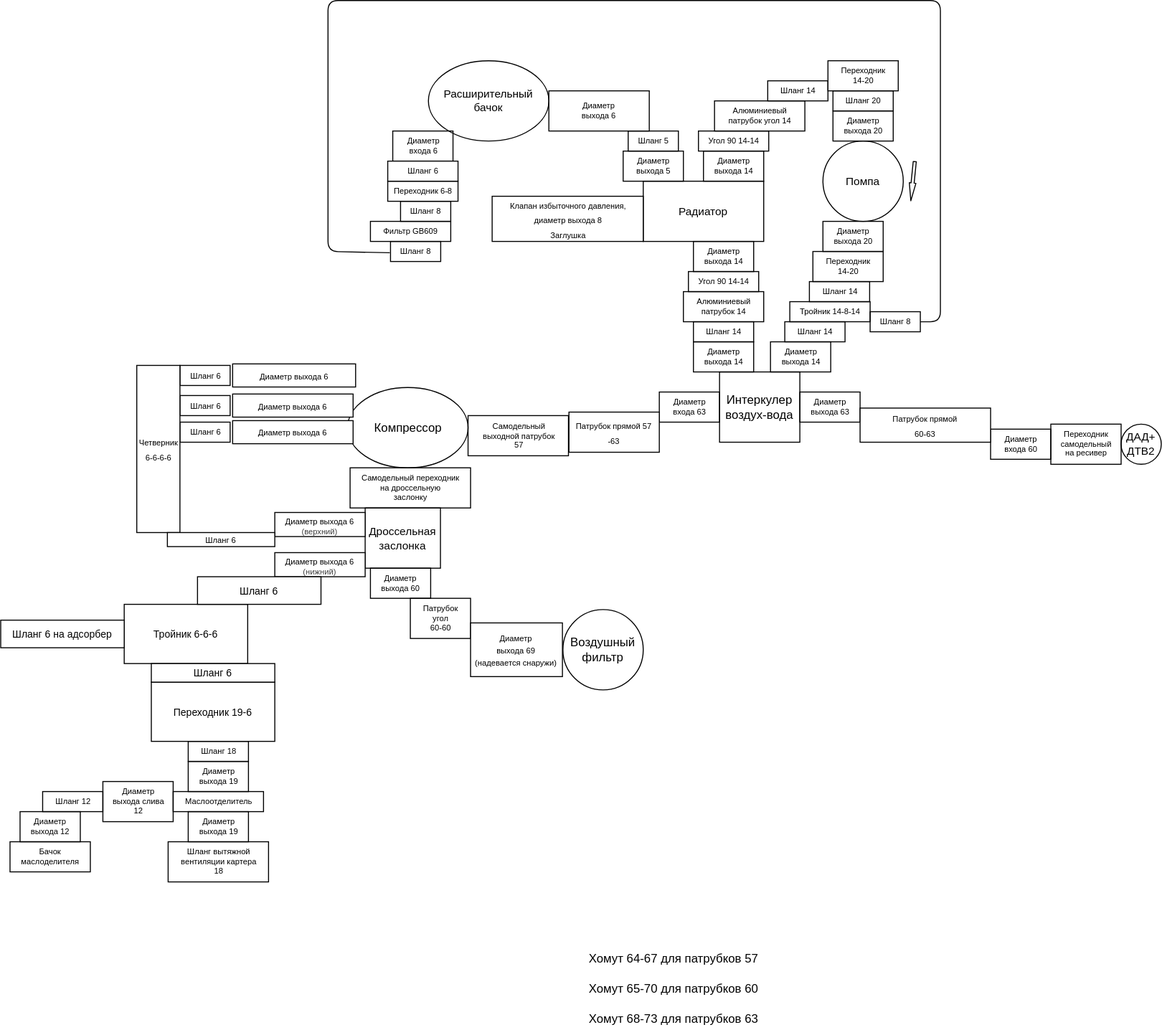
Above: pipes_scheme.drawio.svg in kak-tus/compressor (draw.io), before the change. Source tidied: cells renumbered, new cells last; positions are measured from the earlier drawing's top-left corner, leaving out a move shared by most shapes.
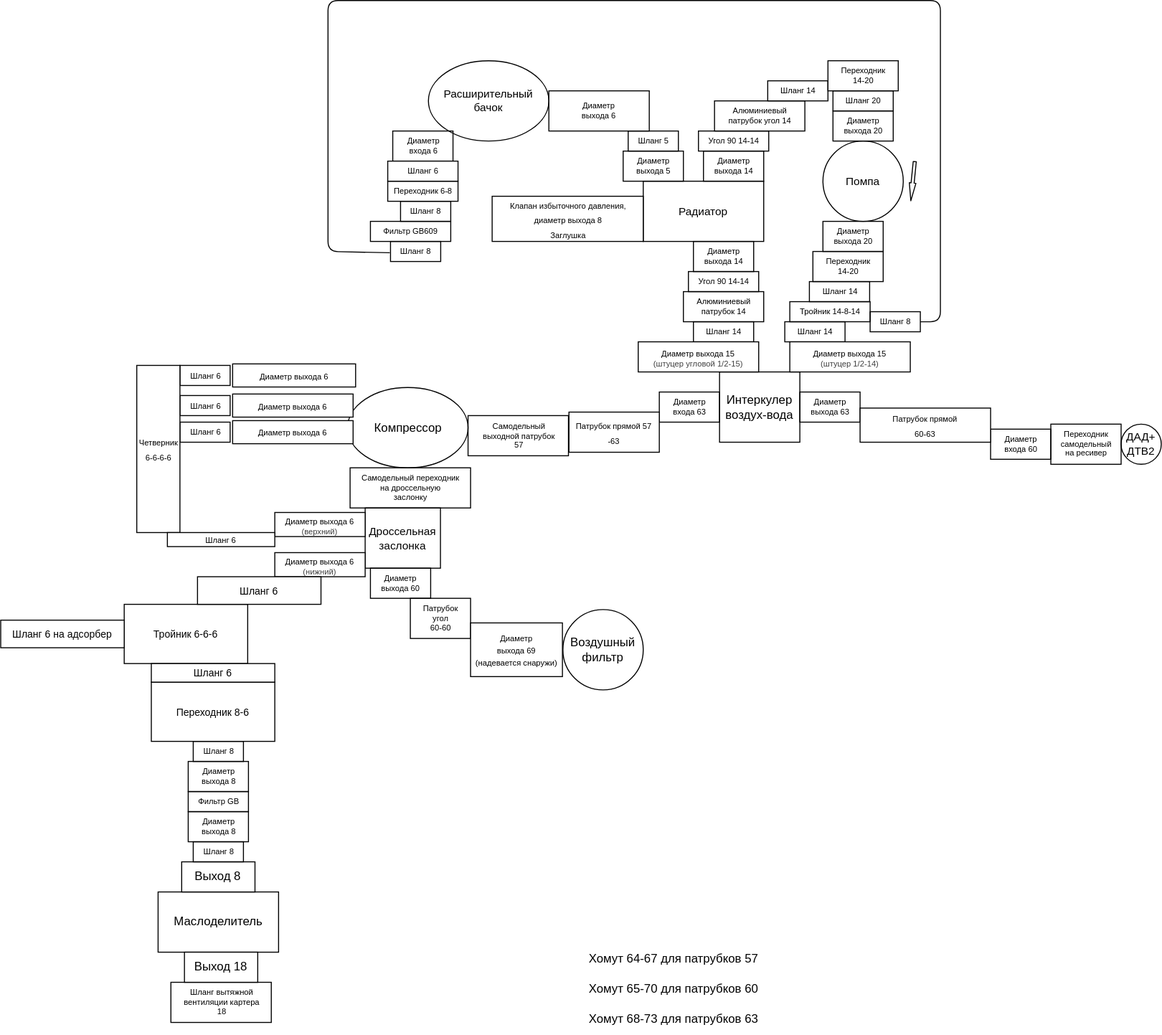
The same diagram one commit later.

Diff of the diagram source:
```diff
@@ -41,9 +41,6 @@
     <mxCell id="14" value="Диаметр&lt;br style=&quot;font-size: 8px;&quot;&gt;входа 6" style="text;html=1;align=center;verticalAlign=middle;strokeColor=default;fillColor=none;fontSize=8;" parent="1" vertex="1">
       <mxGeometry x="390.5" y="130" width="60" height="30" as="geometry" />
     </mxCell>
-    <mxCell id="15" value="Диаметр&lt;br style=&quot;font-size: 8px;&quot;&gt;выхода 14" style="text;html=1;align=center;verticalAlign=middle;strokeColor=default;fillColor=none;fontSize=8;" parent="1" vertex="1">
-      <mxGeometry x="690" y="340" width="60" height="30" as="geometry" />
-    </mxCell>
     <mxCell id="16" value="Диаметр&lt;br style=&quot;font-size: 8px;&quot;&gt;выхода 20" style="text;html=1;align=center;verticalAlign=middle;strokeColor=default;fillColor=none;fontSize=8;" parent="1" vertex="1">
       <mxGeometry x="819" y="220" width="60" height="30" as="geometry" />
     </mxCell>
@@ -101,36 +98,24 @@
     <mxCell id="34" value="Хомут 65-70 для патрубков 60" style="text;html=1;align=center;verticalAlign=middle;strokeColor=none;fillColor=none;" parent="1" vertex="1">
       <mxGeometry x="575" y="970" width="190" height="30" as="geometry" />
     </mxCell>
-    <mxCell id="35" value="Маслоотделитель" style="text;html=1;align=center;verticalAlign=middle;strokeColor=default;fillColor=none;fontSize=8;" parent="1" vertex="1">
-      <mxGeometry x="171.8" y="788" width="90" height="20" as="geometry" />
+    <mxCell id="35" value="Фильтр GB" style="text;html=1;align=center;verticalAlign=middle;strokeColor=default;fillColor=none;fontSize=8;" parent="1" vertex="1">
+      <mxGeometry x="186.8" y="788" width="60" height="20" as="geometry" />
     </mxCell>
-    <mxCell id="36" value="Диаметр&lt;br style=&quot;font-size: 8px;&quot;&gt;выхода 19" style="text;html=1;align=center;verticalAlign=middle;strokeColor=default;fillColor=none;fontSize=8;" parent="1" vertex="1">
+    <mxCell id="36" value="Диаметр&lt;br style=&quot;font-size: 8px;&quot;&gt;выхода 8" style="text;html=1;align=center;verticalAlign=middle;strokeColor=default;fillColor=none;fontSize=8;" parent="1" vertex="1">
       <mxGeometry x="186.8" y="808" width="60" height="30" as="geometry" />
     </mxCell>
-    <mxCell id="37" value="Диаметр&lt;br style=&quot;font-size: 8px;&quot;&gt;выхода 19" style="text;html=1;align=center;verticalAlign=middle;strokeColor=default;fillColor=none;fontSize=8;" parent="1" vertex="1">
+    <mxCell id="37" value="Диаметр&lt;br style=&quot;font-size: 8px;&quot;&gt;выхода 8" style="text;html=1;align=center;verticalAlign=middle;strokeColor=default;fillColor=none;fontSize=8;" parent="1" vertex="1">
       <mxGeometry x="186.8" y="758" width="60" height="30" as="geometry" />
     </mxCell>
     <mxCell id="38" value="Шланг вытяжной&lt;br&gt;вентиляции картера&lt;br&gt;18" style="text;html=1;align=center;verticalAlign=middle;strokeColor=default;fillColor=none;fontSize=8;" parent="1" vertex="1">
-      <mxGeometry x="166.8" y="838" width="100" height="40" as="geometry" />
+      <mxGeometry x="169.5" y="978" width="100" height="40" as="geometry" />
     </mxCell>
     <mxCell id="39" value="Патрубок&lt;br&gt;угол&lt;br&gt;60-60" style="text;html=1;align=center;verticalAlign=middle;strokeColor=default;fillColor=none;fontSize=8;" parent="1" vertex="1">
       <mxGeometry x="408" y="595.5" width="60" height="40" as="geometry" />
     </mxCell>
-    <mxCell id="40" value="Шланг 18" style="text;html=1;align=center;verticalAlign=middle;strokeColor=default;fillColor=none;fontSize=8;" parent="1" vertex="1">
-      <mxGeometry x="186.8" y="738" width="60" height="20" as="geometry" />
+    <mxCell id="40" value="Шланг 8" style="text;html=1;align=center;verticalAlign=middle;strokeColor=default;fillColor=none;fontSize=8;" parent="1" vertex="1">
+      <mxGeometry x="191.8" y="738" width="50" height="20" as="geometry" />
     </mxCell>
-    <mxCell id="41" value="Бачок&lt;br&gt;маслоделителя" style="text;html=1;align=center;verticalAlign=middle;strokeColor=default;fillColor=none;fontSize=8;" parent="1" vertex="1">
-      <mxGeometry x="9.2" y="838" width="80" height="30" as="geometry" />
-    </mxCell>
-    <mxCell id="42" value="Диаметр&lt;br style=&quot;font-size: 8px;&quot;&gt;выхода слива&lt;br&gt;12" style="text;html=1;align=center;verticalAlign=middle;strokeColor=default;fillColor=none;fontSize=8;" parent="1" vertex="1">
-      <mxGeometry x="101.8" y="778" width="70" height="40" as="geometry" />
-    </mxCell>
-    <mxCell id="43" value="Шланг 12" style="text;html=1;align=center;verticalAlign=middle;strokeColor=default;fillColor=none;fontSize=8;" parent="1" vertex="1">
-      <mxGeometry x="41.8" y="788" width="60" height="20" as="geometry" />
-    </mxCell>
-    <mxCell id="44" value="Диаметр&lt;br style=&quot;font-size: 8px;&quot;&gt;выхода 12" style="text;html=1;align=center;verticalAlign=middle;strokeColor=default;fillColor=none;fontSize=8;" parent="1" vertex="1">
-      <mxGeometry x="19.2" y="808" width="60" height="30" as="geometry" />
-    </mxCell>
     <mxCell id="45" value="Хомут 68-73 для патрубков 63" style="text;html=1;align=center;verticalAlign=middle;strokeColor=none;fillColor=none;" parent="1" vertex="1">
       <mxGeometry x="575" y="1000" width="190" height="30" as="geometry" />
     </mxCell>
@@ -164,9 +149,6 @@
     <mxCell id="54" value="Шланг 8" style="text;html=1;align=center;verticalAlign=middle;strokeColor=default;fillColor=none;fontSize=8;" parent="1" vertex="1">
       <mxGeometry x="398.2" y="200" width="50" height="20" as="geometry" />
     </mxCell>
-    <mxCell id="55" value="Диаметр&lt;br style=&quot;font-size: 8px;&quot;&gt;выхода 14" style="text;html=1;align=center;verticalAlign=middle;strokeColor=default;fillColor=none;fontSize=8;" parent="1" vertex="1">
-      <mxGeometry x="766.8" y="340" width="60" height="30" as="geometry" />
-    </mxCell>
     <mxCell id="56" value="Шланг 14" style="text;html=1;align=center;verticalAlign=middle;strokeColor=default;fillColor=none;fontSize=8;" parent="1" vertex="1">
       <mxGeometry x="781" y="320" width="60" height="20" as="geometry" />
     </mxCell>
@@ -219,7 +201,7 @@
     <mxCell id="70" value="Шланг 6" style="rounded=0;whiteSpace=wrap;html=1;fontSize=8;" parent="1" vertex="1">
       <mxGeometry x="385.5" y="160" width="70" height="20" as="geometry" />
     </mxCell>
-    <mxCell id="71" value="Переходник 19-6" style="rounded=0;whiteSpace=wrap;html=1;fontSize=10;" parent="1" vertex="1">
+    <mxCell id="71" value="Переходник 8-6" style="rounded=0;whiteSpace=wrap;html=1;fontSize=10;" parent="1" vertex="1">
       <mxGeometry x="150" y="679" width="123" height="59" as="geometry" />
     </mxCell>
     <mxCell id="72" value="Тройник 6-6-6" style="rounded=0;whiteSpace=wrap;html=1;fontSize=10;" parent="1" vertex="1">
@@ -243,5 +225,23 @@
     <mxCell id="78" value="Шланг 6" style="rounded=0;whiteSpace=wrap;html=1;fontSize=10;" parent="1" vertex="1">
       <mxGeometry x="196" y="574" width="123" height="27.5" as="geometry" />
     </mxCell>
+    <mxCell id="79" value="&lt;span style=&quot;color: rgb(0, 0, 0); font-size: 8px; text-wrap-mode: nowrap;&quot;&gt;Диаметр&amp;nbsp;&lt;/span&gt;&lt;span style=&quot;color: rgb(0, 0, 0); font-size: 8px; text-wrap-mode: nowrap;&quot;&gt;выхода 15&lt;/span&gt;&lt;div style=&quot;color: rgb(63, 63, 63); scrollbar-color: rgb(226, 226, 226) rgb(251, 251, 251); font-size: 8px; text-wrap-mode: nowrap;&quot;&gt;(штуцер угловой 1/2-15)&lt;/div&gt;" style="rounded=0;whiteSpace=wrap;html=1;" parent="1" vertex="1">
+      <mxGeometry x="635" y="340" width="120" height="30" as="geometry" />
+    </mxCell>
+    <mxCell id="80" value="&lt;span style=&quot;color: rgb(0, 0, 0); font-size: 8px; text-wrap-mode: nowrap;&quot;&gt;Диаметр&amp;nbsp;&lt;/span&gt;&lt;span style=&quot;color: rgb(0, 0, 0); font-size: 8px; text-wrap-mode: nowrap;&quot;&gt;выхода 15&lt;/span&gt;&lt;div style=&quot;color: rgb(63, 63, 63); scrollbar-color: rgb(226, 226, 226) rgb(251, 251, 251); font-size: 8px; text-wrap-mode: nowrap;&quot;&gt;(штуцер 1/2-14)&lt;/div&gt;" style="rounded=0;whiteSpace=wrap;html=1;" parent="1" vertex="1">
+      <mxGeometry x="786" y="340" width="120" height="30" as="geometry" />
+    </mxCell>
+    <mxCell id="81" value="Маслоделитель" style="rounded=0;whiteSpace=wrap;html=1;" parent="1" vertex="1">
+      <mxGeometry x="156.8" y="888" width="120" height="60" as="geometry" />
+    </mxCell>
+    <mxCell id="82" value="Выход 8" style="rounded=0;whiteSpace=wrap;html=1;" parent="1" vertex="1">
+      <mxGeometry x="180.2" y="858" width="73" height="30" as="geometry" />
+    </mxCell>
+    <mxCell id="83" value="Шланг 8" style="text;html=1;align=center;verticalAlign=middle;strokeColor=default;fillColor=none;fontSize=8;" parent="1" vertex="1">
+      <mxGeometry x="191.8" y="838" width="50" height="20" as="geometry" />
+    </mxCell>
+    <mxCell id="84" value="Выход 18" style="rounded=0;whiteSpace=wrap;html=1;" parent="1" vertex="1">
+      <mxGeometry x="183" y="948" width="73" height="30" as="geometry" />
+    </mxCell>
   </root>
 </mxGraphModel>
```
